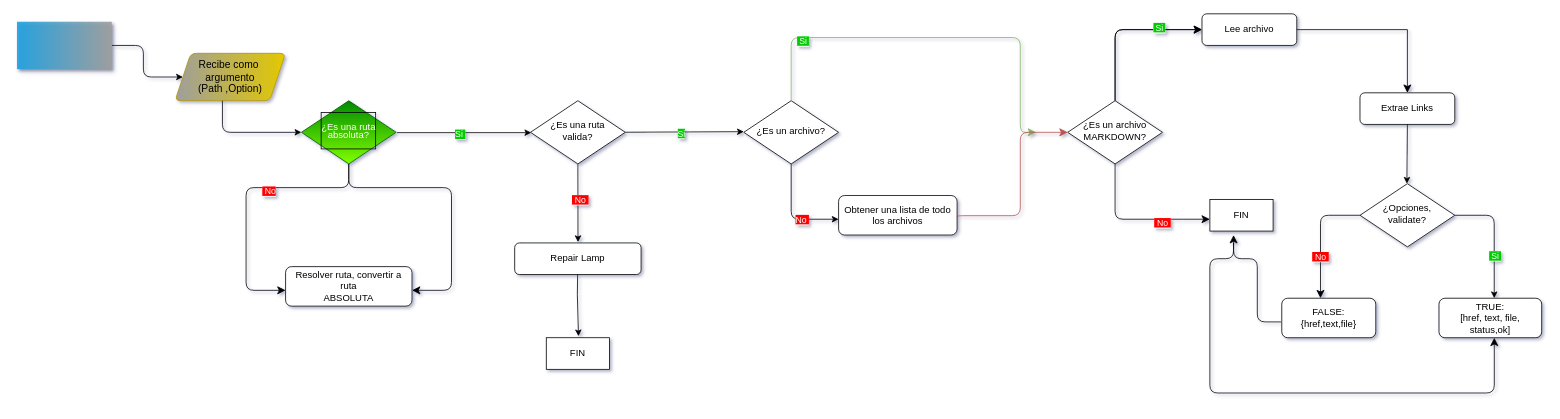
Above: Diagrama sin título.drawio in natis93/DEV008-md-links (draw.io), before the change. Source tidied: cells renumbered, new cells numbered last; positions are measured from the earlier drawing's top-left corner, leaving out a move shared by most shapes. Both pictures are drawn from the tidied source at 79%, with x=0, y=0 at pixel (17, 13).
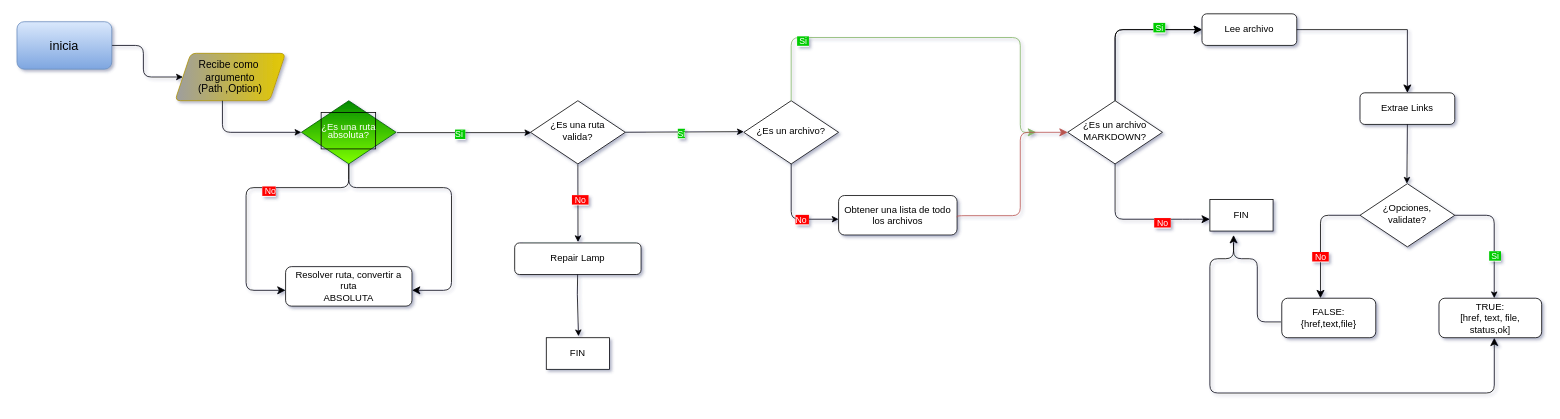
Above is the later version.

The edit, as a diff of the source:
```diff
@@
-    <mxCell id="28" style="shape=process;whiteSpace=wrap;html=1;backgroundOutline=1;labelBackgroundColor=default;labelBorderColor=default;fillColor=#1BA1E2;strokeColor=none;fontColor=#ffffff;fillStyle=auto;opacity=90;gradientColor=#9E9E9E;align=center;strokeWidth=2;gradientDirection=east;perimeterSpacing=0;glass=0;rounded=0;shadow=1;" parent="1" vertex="1">
-      <mxGeometry y="10" width="120" height="60" as="geometry" />
-    </mxCell>
@@
+    <mxCell id="49" value="&lt;font style=&quot;font-size: 16px;&quot;&gt;inicia&lt;/font&gt;" style="rounded=1;whiteSpace=wrap;html=1;fillColor=#dae8fc;gradientColor=#7ea6e0;strokeColor=#6c8ebf;" parent="1" vertex="1">
+      <mxGeometry y="10" width="120" height="60" as="geometry" />
+    </mxCell>
```
